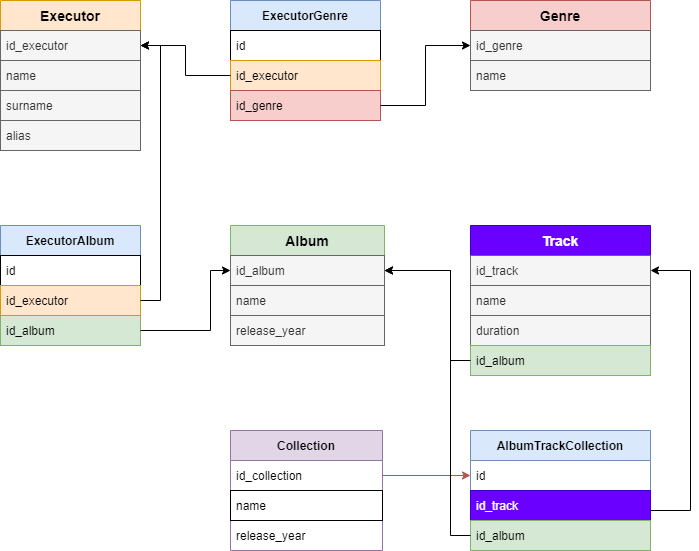
Before: shema_db.png, a diagram exported from draw.io (bas27/hw_db_fpy46). Source tidied: cells renumbered, new cells last; positions are measured from the earlier drawing's top-left corner, leaving out a move shared by most shapes.
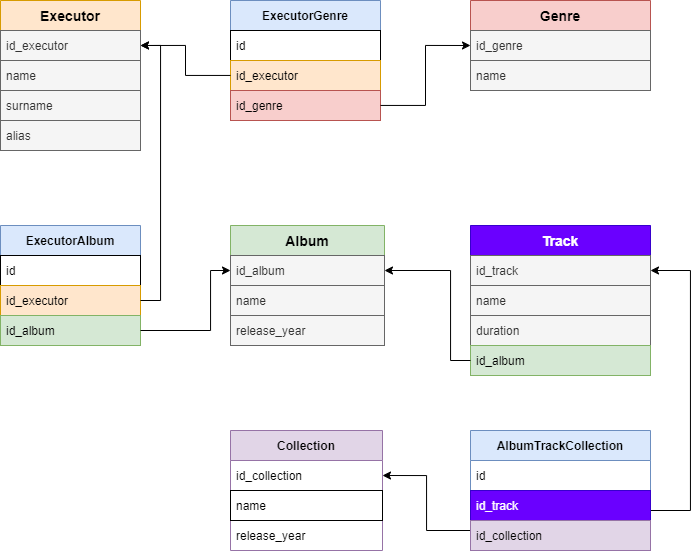
After the commit.

The edit, as a diff of the source:
```diff
@@ -127,6 +127,14 @@
         </Array>
       </mxGeometry>
     </mxCell>
+    <mxCell id="43" style="edgeStyle=orthogonalEdgeStyle;rounded=0;jettySize=auto;html=1;entryX=1;entryY=0.5;entryDx=0;entryDy=0;" parent="1" edge="1" source="37" target="33">
+      <mxGeometry relative="1" as="geometry">
+        <Array as="points">
+          <mxPoint x="426" y="530" />
+          <mxPoint x="426" y="475" />
+        </Array>
+      </mxGeometry>
+    </mxCell>
     <mxCell id="37" value="AlbumTrackCollection" style="swimlane;fontStyle=1;horizontal=1;startSize=30;fillColor=#dae8fc;strokeColor=#6c8ebf;" parent="1" vertex="1">
       <mxGeometry x="470" y="430" width="180" height="120" as="geometry" />
     </mxCell>
@@ -136,19 +144,8 @@
     <mxCell id="39" value="id_track" style="text;strokeColor=#3700CC;fillColor=#6a00ff;align=left;verticalAlign=middle;spacingLeft=4;spacingRight=4;overflow=hidden;fontColor=#ffffff;" parent="37" vertex="1">
       <mxGeometry y="60" width="180" height="30" as="geometry" />
     </mxCell>
-    <mxCell id="40" value="id_album" style="text;strokeColor=#82b366;fillColor=#d5e8d4;align=left;verticalAlign=middle;spacingLeft=4;spacingRight=4;overflow=hidden;points=[[0,0.5],[1,0.5]];portConstraint=eastwest;" parent="37" vertex="1">
+    <mxCell id="40" value="id_collection" style="text;strokeColor=#9673a6;fillColor=#e1d5e7;align=left;verticalAlign=middle;spacingLeft=4;spacingRight=4;overflow=hidden;points=[[0,0.5],[1,0.5]];portConstraint=eastwest;" parent="37" vertex="1">
       <mxGeometry y="90" width="180" height="30" as="geometry" />
     </mxCell>
-    <mxCell id="41" style="edgeStyle=orthogonalEdgeStyle;rounded=0;jettySize=auto;html=1;fillColor=#f8cecc;strokeColor=#b85450;" parent="1" edge="1" source="33" target="38">
-      <mxGeometry relative="1" as="geometry" />
-    </mxCell>
-    <mxCell id="42" style="edgeStyle=orthogonalEdgeStyle;rounded=0;jettySize=auto;html=1;entryX=1;entryY=0.5;entryDx=0;entryDy=0;" parent="1" edge="1" source="40" target="8">
-      <mxGeometry relative="1" as="geometry">
-        <Array as="points">
-          <mxPoint x="450" y="535" />
-          <mxPoint x="450" y="270" />
-        </Array>
-      </mxGeometry>
-    </mxCell>
   </root>
 </mxGraphModel>
```
